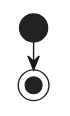
eoap/application-package-patterns keeps this PlantUML diagram as docs/pattern-1/activity.svg. Above is the earlier version.
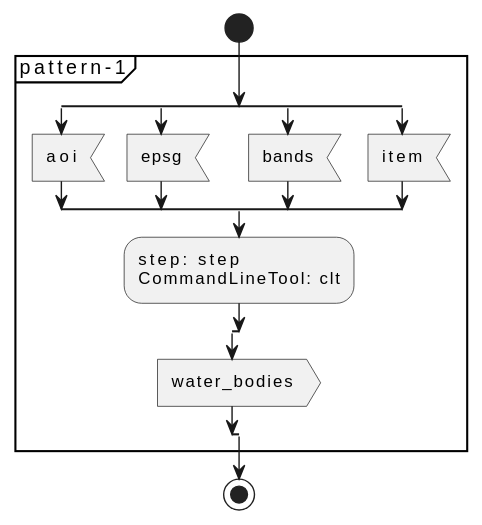
Later version of the same file.

The edit, as a diff of the source:
```diff
@@ -5,6 +5,43 @@
 
 
 
+group pattern-1 {
+
+split
+
+    :aoi; <<input>>
+split again
+
+    :epsg; <<input>>
+split again
+
+    :bands; <<input>>
+split again
+
+    :item; <<input>>
+end split
+
+
+
+
+
+
+
+:step: step
+CommandLineTool: clt;
+
+
+
+
+
+split
+
+    :water_bodies; <<output>>
+end split
+
+
+}
+
 
 stop
 @enduml
```
